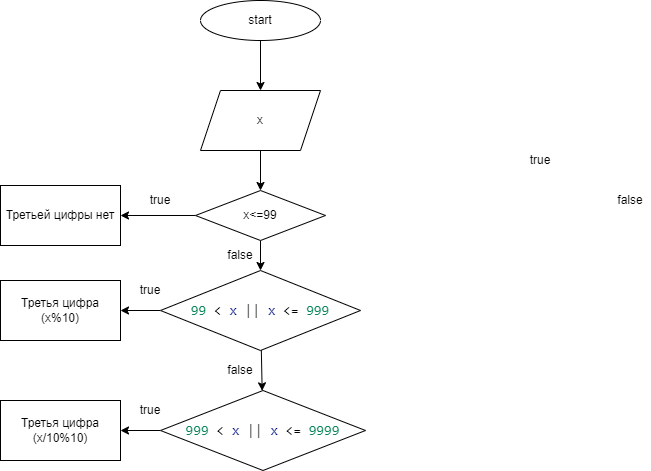
Before: Homework2_13/diagram.drawio.png, a diagram exported from draw.io (ArturIskakov/homework_c). Source tidied: cells renumbered, new cells last; positions are measured from the earlier drawing's top-left corner, leaving out a move shared by most shapes. The source it was exported from:
```xml
<mxGraphModel>
  <root>
    <mxCell id="0" />
    <mxCell id="1" parent="0" />
    <mxCell id="2" style="edgeStyle=none;html=1;" parent="1" edge="1" source="3" target="5">
      <mxGeometry relative="1" as="geometry" />
    </mxCell>
    <mxCell id="3" value="start" style="ellipse;whiteSpace=wrap;html=1;" parent="1" vertex="1">
      <mxGeometry x="200" width="120" height="40" as="geometry" />
    </mxCell>
    <mxCell id="4" style="edgeStyle=none;html=1;" parent="1" edge="1" source="5" target="10">
      <mxGeometry relative="1" as="geometry" />
    </mxCell>
    <mxCell id="5" value="x" style="shape=parallelogram;perimeter=parallelogramPerimeter;whiteSpace=wrap;html=1;fixedSize=1;" parent="1" vertex="1">
      <mxGeometry x="200" y="90" width="120" height="60" as="geometry" />
    </mxCell>
    <mxCell id="6" value="true" style="text;html=1;strokeColor=none;fillColor=none;align=center;verticalAlign=middle;whiteSpace=wrap;rounded=0;" parent="1" vertex="1">
      <mxGeometry x="130" y="280" width="40" height="20" as="geometry" />
    </mxCell>
    <mxCell id="7" value="false" style="text;html=1;strokeColor=none;fillColor=none;align=center;verticalAlign=middle;whiteSpace=wrap;rounded=0;" parent="1" vertex="1">
      <mxGeometry x="220" y="360" width="40" height="20" as="geometry" />
    </mxCell>
    <mxCell id="8" style="edgeStyle=none;html=1;" parent="1" edge="1" source="10" target="11">
      <mxGeometry relative="1" as="geometry" />
    </mxCell>
    <mxCell id="9" style="edgeStyle=none;html=1;" parent="1" edge="1" source="10" target="14">
      <mxGeometry relative="1" as="geometry" />
    </mxCell>
    <mxCell id="10" value="x&amp;lt;=99" style="rhombus;whiteSpace=wrap;html=1;" parent="1" vertex="1">
      <mxGeometry x="195" y="190" width="130" height="50" as="geometry" />
    </mxCell>
    <mxCell id="11" value="Третьей цифры нет" style="rounded=0;whiteSpace=wrap;html=1;" parent="1" vertex="1">
      <mxGeometry y="185" width="120" height="60" as="geometry" />
    </mxCell>
    <mxCell id="12" style="edgeStyle=none;html=1;" parent="1" edge="1" source="14" target="18">
      <mxGeometry relative="1" as="geometry" />
    </mxCell>
    <mxCell id="13" style="edgeStyle=none;html=1;" parent="1" edge="1" source="14" target="21">
      <mxGeometry relative="1" as="geometry" />
    </mxCell>
    <mxCell id="14" value="&lt;div style=&quot;background-color: rgb(255 , 255 , 255) ; font-family: &amp;#34;consolas&amp;#34; , &amp;#34;courier new&amp;#34; , monospace ; font-size: 14px ; line-height: 19px&quot;&gt;&lt;span style=&quot;color: #098658&quot;&gt;99&lt;/span&gt; &amp;lt; &lt;span style=&quot;color: #001080&quot;&gt;x&lt;/span&gt; || &lt;span style=&quot;color: #001080&quot;&gt;x&lt;/span&gt; &amp;lt;= &lt;span style=&quot;color: #098658&quot;&gt;999&lt;/span&gt;&lt;/div&gt;" style="rhombus;whiteSpace=wrap;html=1;" parent="1" vertex="1">
      <mxGeometry x="160" y="270" width="200" height="80" as="geometry" />
    </mxCell>
    <mxCell id="15" value="true" style="text;html=1;strokeColor=none;fillColor=none;align=center;verticalAlign=middle;whiteSpace=wrap;rounded=0;" parent="1" vertex="1">
      <mxGeometry x="140" y="190" width="40" height="20" as="geometry" />
    </mxCell>
    <mxCell id="16" value="false" style="text;html=1;strokeColor=none;fillColor=none;align=center;verticalAlign=middle;whiteSpace=wrap;rounded=0;" parent="1" vertex="1">
      <mxGeometry x="220" y="245" width="40" height="20" as="geometry" />
    </mxCell>
    <mxCell id="17" style="edgeStyle=none;html=1;" parent="1" edge="1" source="18" target="22">
      <mxGeometry relative="1" as="geometry" />
    </mxCell>
    <mxCell id="18" value="&lt;div style=&quot;background-color: rgb(255 , 255 , 255) ; font-family: &amp;#34;consolas&amp;#34; , &amp;#34;courier new&amp;#34; , monospace ; font-size: 14px ; line-height: 19px&quot;&gt;&lt;span style=&quot;color: #098658&quot;&gt;999&lt;/span&gt; &amp;lt; &lt;span style=&quot;color: #001080&quot;&gt;x&lt;/span&gt; || &lt;span style=&quot;color: #001080&quot;&gt;x&lt;/span&gt; &amp;lt;= &lt;span style=&quot;color: #098658&quot;&gt;9999&lt;/span&gt;&lt;/div&gt;" style="rhombus;whiteSpace=wrap;html=1;" parent="1" vertex="1">
      <mxGeometry x="160" y="390" width="205" height="80" as="geometry" />
    </mxCell>
    <mxCell id="19" value="false" style="text;html=1;strokeColor=none;fillColor=none;align=center;verticalAlign=middle;whiteSpace=wrap;rounded=0;" parent="1" vertex="1">
      <mxGeometry x="610" y="190" width="40" height="20" as="geometry" />
    </mxCell>
    <mxCell id="20" value="true" style="text;html=1;strokeColor=none;fillColor=none;align=center;verticalAlign=middle;whiteSpace=wrap;rounded=0;" parent="1" vertex="1">
      <mxGeometry x="520" y="150" width="40" height="20" as="geometry" />
    </mxCell>
    <mxCell id="21" value="Третья цифра (x%10)" style="rounded=0;whiteSpace=wrap;html=1;" parent="1" vertex="1">
      <mxGeometry y="280" width="120" height="60" as="geometry" />
    </mxCell>
    <mxCell id="22" value="&lt;span&gt;Третья цифра (x/10%10)&lt;/span&gt;" style="rounded=0;whiteSpace=wrap;html=1;" parent="1" vertex="1">
      <mxGeometry y="400" width="120" height="60" as="geometry" />
    </mxCell>
    <mxCell id="23" value="true" style="text;html=1;strokeColor=none;fillColor=none;align=center;verticalAlign=middle;whiteSpace=wrap;rounded=0;" parent="1" vertex="1">
      <mxGeometry x="130" y="400" width="40" height="20" as="geometry" />
    </mxCell>
  </root>
</mxGraphModel>
```
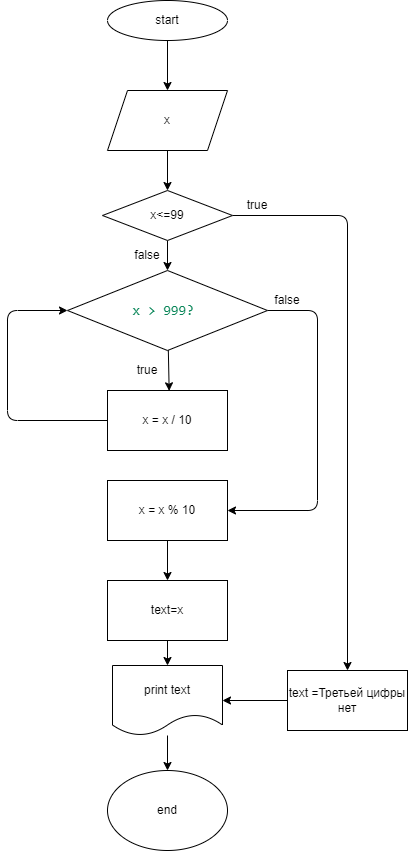
Above is the later version.

Change to the diagram source:
```diff
@@ -14,59 +14,84 @@
     <mxCell id="5" value="x" style="shape=parallelogram;perimeter=parallelogramPerimeter;whiteSpace=wrap;html=1;fixedSize=1;" parent="1" vertex="1">
       <mxGeometry x="200" y="90" width="120" height="60" as="geometry" />
     </mxCell>
-    <mxCell id="6" value="true" style="text;html=1;strokeColor=none;fillColor=none;align=center;verticalAlign=middle;whiteSpace=wrap;rounded=0;" parent="1" vertex="1">
-      <mxGeometry x="130" y="280" width="40" height="20" as="geometry" />
-    </mxCell>
-    <mxCell id="7" value="false" style="text;html=1;strokeColor=none;fillColor=none;align=center;verticalAlign=middle;whiteSpace=wrap;rounded=0;" parent="1" vertex="1">
-      <mxGeometry x="220" y="360" width="40" height="20" as="geometry" />
-    </mxCell>
-    <mxCell id="8" style="edgeStyle=none;html=1;" parent="1" edge="1" source="10" target="11">
-      <mxGeometry relative="1" as="geometry" />
-    </mxCell>
     <mxCell id="9" style="edgeStyle=none;html=1;" parent="1" edge="1" source="10" target="14">
       <mxGeometry relative="1" as="geometry" />
     </mxCell>
+    <mxCell id="24" style="edgeStyle=none;html=1;" parent="1" edge="1" source="10" target="34">
+      <mxGeometry relative="1" as="geometry">
+        <Array as="points">
+          <mxPoint x="440" y="215" />
+        </Array>
+      </mxGeometry>
+    </mxCell>
     <mxCell id="10" value="x&amp;lt;=99" style="rhombus;whiteSpace=wrap;html=1;" parent="1" vertex="1">
       <mxGeometry x="195" y="190" width="130" height="50" as="geometry" />
     </mxCell>
-    <mxCell id="11" value="Третьей цифры нет" style="rounded=0;whiteSpace=wrap;html=1;" parent="1" vertex="1">
-      <mxGeometry y="185" width="120" height="60" as="geometry" />
-    </mxCell>
-    <mxCell id="12" style="edgeStyle=none;html=1;" parent="1" edge="1" source="14" target="18">
-      <mxGeometry relative="1" as="geometry" />
+    <mxCell id="12" style="edgeStyle=none;html=1;" parent="1" edge="1" source="14">
+      <mxGeometry relative="1" as="geometry">
+        <mxPoint x="261.7" y="390.3" as="targetPoint" />
+      </mxGeometry>
     </mxCell>
-    <mxCell id="13" style="edgeStyle=none;html=1;" parent="1" edge="1" source="14" target="21">
-      <mxGeometry relative="1" as="geometry" />
-    </mxCell>
+    <mxCell id="25" style="edgeStyle=none;html=1;" parent="1" edge="1" source="14" target="29">
+      <mxGeometry relative="1" as="geometry">
+        <Array as="points">
+          <mxPoint x="410" y="310" />
+          <mxPoint x="410" y="510" />
+        </Array>
+      </mxGeometry>
+    </mxCell>
-    <mxCell id="14" value="&lt;div style=&quot;background-color: rgb(255 , 255 , 255) ; font-family: &amp;#34;consolas&amp;#34; , &amp;#34;courier new&amp;#34; , monospace ; font-size: 14px ; line-height: 19px&quot;&gt;&lt;span style=&quot;color: #098658&quot;&gt;99&lt;/span&gt; &amp;lt; &lt;span style=&quot;color: #001080&quot;&gt;x&lt;/span&gt; || &lt;span style=&quot;color: #001080&quot;&gt;x&lt;/span&gt; &amp;lt;= &lt;span style=&quot;color: #098658&quot;&gt;999&lt;/span&gt;&lt;/div&gt;" style="rhombus;whiteSpace=wrap;html=1;" parent="1" vertex="1">
+    <mxCell id="14" value="&lt;div style=&quot;background-color: rgb(255 , 255 , 255) ; font-family: &amp;#34;consolas&amp;#34; , &amp;#34;courier new&amp;#34; , monospace ; font-size: 14px ; line-height: 19px&quot;&gt;&lt;font color=&quot;#098658&quot;&gt;x &amp;gt; 999?&amp;nbsp;&lt;/font&gt;&lt;/div&gt;" style="rhombus;whiteSpace=wrap;html=1;" parent="1" vertex="1">
       <mxGeometry x="160" y="270" width="200" height="80" as="geometry" />
     </mxCell>
-    <mxCell id="15" value="true" style="text;html=1;strokeColor=none;fillColor=none;align=center;verticalAlign=middle;whiteSpace=wrap;rounded=0;" parent="1" vertex="1">
-      <mxGeometry x="140" y="190" width="40" height="20" as="geometry" />
-    </mxCell>
     <mxCell id="16" value="false" style="text;html=1;strokeColor=none;fillColor=none;align=center;verticalAlign=middle;whiteSpace=wrap;rounded=0;" parent="1" vertex="1">
       <mxGeometry x="220" y="245" width="40" height="20" as="geometry" />
     </mxCell>
-    <mxCell id="17" style="edgeStyle=none;html=1;" parent="1" edge="1" source="18" target="22">
-      <mxGeometry relative="1" as="geometry" />
-    </mxCell>
-    <mxCell id="18" value="&lt;div style=&quot;background-color: rgb(255 , 255 , 255) ; font-family: &amp;#34;consolas&amp;#34; , &amp;#34;courier new&amp;#34; , monospace ; font-size: 14px ; line-height: 19px&quot;&gt;&lt;span style=&quot;color: #098658&quot;&gt;999&lt;/span&gt; &amp;lt; &lt;span style=&quot;color: #001080&quot;&gt;x&lt;/span&gt; || &lt;span style=&quot;color: #001080&quot;&gt;x&lt;/span&gt; &amp;lt;= &lt;span style=&quot;color: #098658&quot;&gt;9999&lt;/span&gt;&lt;/div&gt;" style="rhombus;whiteSpace=wrap;html=1;" parent="1" vertex="1">
-      <mxGeometry x="160" y="390" width="205" height="80" as="geometry" />
-    </mxCell>
-    <mxCell id="19" value="false" style="text;html=1;strokeColor=none;fillColor=none;align=center;verticalAlign=middle;whiteSpace=wrap;rounded=0;" parent="1" vertex="1">
-      <mxGeometry x="610" y="190" width="40" height="20" as="geometry" />
-    </mxCell>
-    <mxCell id="20" value="true" style="text;html=1;strokeColor=none;fillColor=none;align=center;verticalAlign=middle;whiteSpace=wrap;rounded=0;" parent="1" vertex="1">
-      <mxGeometry x="520" y="150" width="40" height="20" as="geometry" />
-    </mxCell>
-    <mxCell id="21" value="Третья цифра (x%10)" style="rounded=0;whiteSpace=wrap;html=1;" parent="1" vertex="1">
-      <mxGeometry y="280" width="120" height="60" as="geometry" />
-    </mxCell>
-    <mxCell id="22" value="&lt;span&gt;Третья цифра (x/10%10)&lt;/span&gt;" style="rounded=0;whiteSpace=wrap;html=1;" parent="1" vertex="1">
-      <mxGeometry y="400" width="120" height="60" as="geometry" />
-    </mxCell>
     <mxCell id="23" value="true" style="text;html=1;strokeColor=none;fillColor=none;align=center;verticalAlign=middle;whiteSpace=wrap;rounded=0;" parent="1" vertex="1">
-      <mxGeometry x="130" y="400" width="40" height="20" as="geometry" />
+      <mxGeometry x="220" y="360" width="40" height="20" as="geometry" />
     </mxCell>
+    <mxCell id="26" style="edgeStyle=none;html=1;exitX=0;exitY=0.5;exitDx=0;exitDy=0;entryX=0;entryY=0.5;entryDx=0;entryDy=0;" parent="1" edge="1" source="27" target="14">
+      <mxGeometry relative="1" as="geometry">
+        <Array as="points">
+          <mxPoint x="100" y="420" />
+          <mxPoint x="100" y="310" />
+        </Array>
+      </mxGeometry>
+    </mxCell>
+    <mxCell id="27" value="x = x / 10" style="rounded=0;whiteSpace=wrap;html=1;" parent="1" vertex="1">
+      <mxGeometry x="200" y="390" width="120" height="60" as="geometry" />
+    </mxCell>
+    <mxCell id="28" style="edgeStyle=none;html=1;" parent="1" edge="1" source="29" target="38">
+      <mxGeometry relative="1" as="geometry" />
+    </mxCell>
+    <mxCell id="29" value="x = x % 10" style="rounded=0;whiteSpace=wrap;html=1;" parent="1" vertex="1">
+      <mxGeometry x="200" y="480" width="120" height="60" as="geometry" />
+    </mxCell>
+    <mxCell id="30" style="edgeStyle=none;html=1;" parent="1" edge="1" source="31" target="36">
+      <mxGeometry relative="1" as="geometry" />
+    </mxCell>
+    <mxCell id="31" value="print text" style="shape=document;whiteSpace=wrap;html=1;boundedLbl=1;" parent="1" vertex="1">
+      <mxGeometry x="205" y="665" width="110" height="70" as="geometry" />
+    </mxCell>
+    <mxCell id="32" value="false" style="text;html=1;strokeColor=none;fillColor=none;align=center;verticalAlign=middle;whiteSpace=wrap;rounded=0;" parent="1" vertex="1">
+      <mxGeometry x="360" y="290" width="40" height="20" as="geometry" />
+    </mxCell>
+    <mxCell id="33" style="edgeStyle=none;html=1;" parent="1" edge="1" source="34" target="31">
+      <mxGeometry relative="1" as="geometry" />
+    </mxCell>
+    <mxCell id="34" value="text =Третьей цифры нет" style="rounded=0;whiteSpace=wrap;html=1;" parent="1" vertex="1">
+      <mxGeometry x="380" y="670" width="120" height="60" as="geometry" />
+    </mxCell>
+    <mxCell id="35" value="true" style="text;html=1;strokeColor=none;fillColor=none;align=center;verticalAlign=middle;whiteSpace=wrap;rounded=0;" parent="1" vertex="1">
+      <mxGeometry x="330" y="190" width="40" height="30" as="geometry" />
+    </mxCell>
+    <mxCell id="36" value="end" style="ellipse;whiteSpace=wrap;html=1;" parent="1" vertex="1">
+      <mxGeometry x="200" y="770" width="120" height="80" as="geometry" />
+    </mxCell>
+    <mxCell id="37" style="edgeStyle=none;html=1;" parent="1" edge="1" source="38" target="31">
+      <mxGeometry relative="1" as="geometry" />
+    </mxCell>
+    <mxCell id="38" value="text=x" style="rounded=0;whiteSpace=wrap;html=1;" parent="1" vertex="1">
+      <mxGeometry x="200" y="580" width="120" height="60" as="geometry" />
+    </mxCell>
   </root>
 </mxGraphModel>
```
